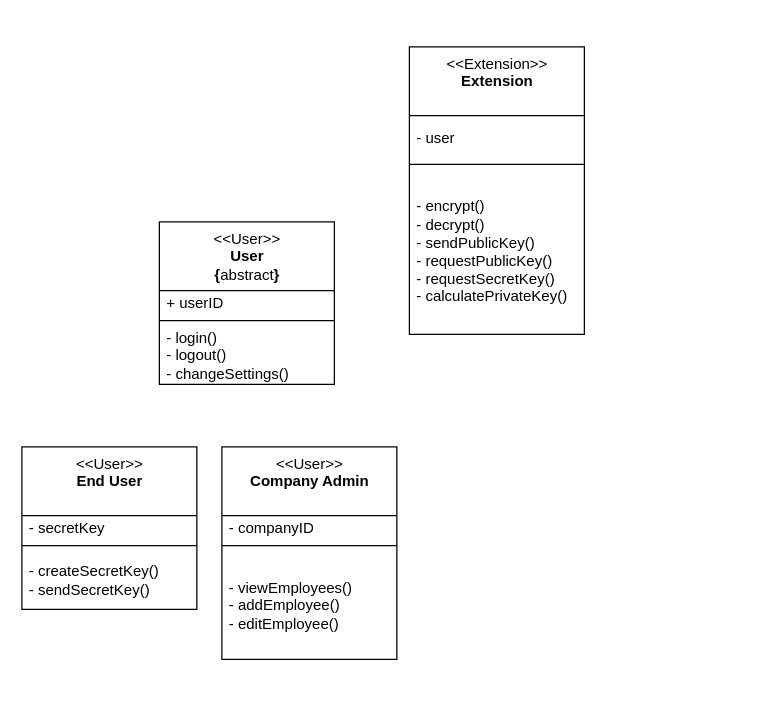
This is a3 UML Classes.drawio from dnguyen1648/software-engineering-proj, a draw.io file, before an edit. Source tidied: cells renumbered, new cells numbered last; positions are measured from the earlier drawing's top-left corner, leaving out a move shared by most shapes. Both pictures are drawn from the tidied source at 125%, with x=0, y=0 at pixel (21, 46).
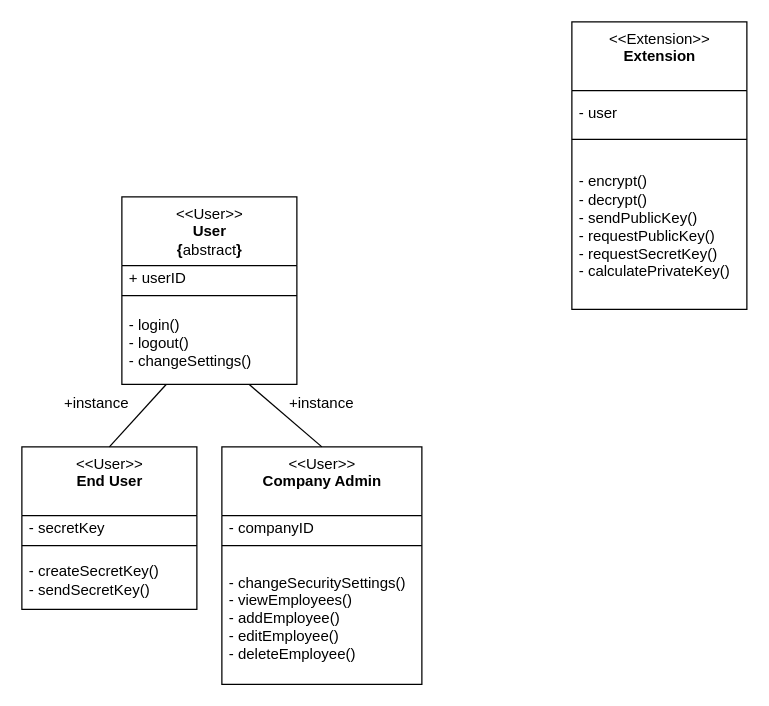
Above is the later version.

Unchanged cells that the change refers to:
```xml
<mxCell id="10" value="&amp;lt;&amp;lt;User&amp;gt;&amp;gt;&lt;br&gt;&lt;b&gt;End User&lt;/b&gt;" style="swimlane;fontStyle=0;align=center;verticalAlign=top;horizontal=1;startSize=55;html=1;" parent="1" vertex="1">
  <mxGeometry y="320" width="140" height="130" as="geometry" />
</mxCell>
```

Change to the diagram source:
```diff
@@
     <mxCell id="2" value="&amp;lt;&amp;lt;Extension&amp;gt;&amp;gt;&lt;br&gt;&lt;b&gt;Extension&lt;/b&gt;" style="swimlane;fontStyle=0;align=center;verticalAlign=top;horizontal=1;startSize=55;html=1;" parent="1" vertex="1">
-      <mxGeometry x="310" width="140" height="230" as="geometry" />
+      <mxGeometry x="440" y="-20" width="140" height="230" as="geometry" />
     </mxCell>
@@
     <mxCell id="6" value="&amp;lt;&amp;lt;User&amp;gt;&amp;gt;&lt;br&gt;&lt;b&gt;User&lt;br&gt;{&lt;/b&gt;abstract&lt;b&gt;}&lt;br&gt;&lt;/b&gt;" style="swimlane;fontStyle=0;align=center;verticalAlign=top;horizontal=1;startSize=55;html=1;" parent="1" vertex="1">
-      <mxGeometry x="110" y="140" width="140" height="130" as="geometry" />
+      <mxGeometry x="80" y="120" width="140" height="150" as="geometry" />
     </mxCell>
@@
     <mxCell id="9" value="- login()&lt;br&gt;- logout()&lt;br&gt;- changeSettings()" style="text;html=1;strokeColor=none;fillColor=none;align=left;verticalAlign=middle;spacingLeft=4;spacingRight=4;overflow=hidden;points=[[0,0.5],[1,0.5]];portConstraint=eastwest;" parent="6" vertex="1">
-      <mxGeometry y="83" width="140" height="47" as="geometry" />
+      <mxGeometry y="83" width="140" height="67" as="geometry" />
     </mxCell>
@@
     <mxCell id="14" value="&amp;lt;&amp;lt;User&amp;gt;&amp;gt;&lt;br&gt;&lt;b&gt;Company Admin&lt;/b&gt;" style="swimlane;fontStyle=0;align=center;verticalAlign=top;horizontal=1;startSize=55;html=1;" parent="1" vertex="1">
-      <mxGeometry x="160" y="320" width="140" height="170" as="geometry" />
+      <mxGeometry x="160" y="320" width="160" height="190" as="geometry" />
     </mxCell>
     <mxCell id="15" value="- companyID" style="text;html=1;strokeColor=none;fillColor=none;align=left;verticalAlign=middle;spacingLeft=4;spacingRight=4;overflow=hidden;" parent="14" vertex="1">
-      <mxGeometry y="55" width="140" height="20" as="geometry" />
+      <mxGeometry y="55" width="160" height="20" as="geometry" />
     </mxCell>
     <mxCell id="16" style="line;strokeWidth=1;fillColor=none;align=left;verticalAlign=middle;spacingTop=-1;spacingLeft=3;spacingRight=3;labelPosition=right;" parent="14" vertex="1">
-      <mxGeometry y="75" width="140" height="8" as="geometry" />
+      <mxGeometry y="75" width="160" height="8" as="geometry" />
     </mxCell>
-    <mxCell id="17" value="- viewEmployees()&lt;br&gt;- addEmployee()&lt;br&gt;- editEmployee()" style="text;html=1;strokeColor=none;fillColor=none;align=left;verticalAlign=middle;spacingLeft=4;spacingRight=4;overflow=hidden;" parent="14" vertex="1">
-      <mxGeometry y="83" width="140" height="87" as="geometry" />
+    <mxCell id="17" value="- changeSecuritySettings()&lt;br&gt;- viewEmployees()&lt;br&gt;- addEmployee()&lt;br&gt;- editEmployee()&lt;br&gt;- deleteEmployee()" style="text;html=1;strokeColor=none;fillColor=none;align=left;verticalAlign=middle;spacingLeft=4;spacingRight=4;overflow=hidden;" parent="14" vertex="1">
+      <mxGeometry y="83" width="160" height="107" as="geometry" />
     </mxCell>
+    <mxCell id="18" style="endArrow=none;html=1;rounded=0;exitX=0.5;exitY=0;exitDx=0;exitDy=0;entryX=0.253;entryY=1.002;entryDx=0;entryDy=0;entryPerimeter=0;" parent="1" edge="1" source="10" target="9">
+      <mxGeometry relative="1" as="geometry" />
+    </mxCell>
+    <mxCell id="19" value="+instance" style="text;html=1;strokeColor=none;fillColor=none;align=center;verticalAlign=middle;whiteSpace=wrap;rounded=0;" parent="1" vertex="1">
+      <mxGeometry x="30" y="270" width="60" height="30" as="geometry" />
+    </mxCell>
+    <mxCell id="20" style="endArrow=none;html=1;rounded=0;exitX=0.5;exitY=0;exitDx=0;exitDy=0;entryX=0.728;entryY=1.002;entryDx=0;entryDy=0;entryPerimeter=0;" parent="1" edge="1" source="14" target="9">
+      <mxGeometry relative="1" as="geometry" />
+    </mxCell>
+    <mxCell id="21" value="+instance" style="text;html=1;strokeColor=none;fillColor=none;align=center;verticalAlign=middle;whiteSpace=wrap;rounded=0;" parent="1" vertex="1">
+      <mxGeometry x="210" y="270" width="60" height="30" as="geometry" />
+    </mxCell>
```
